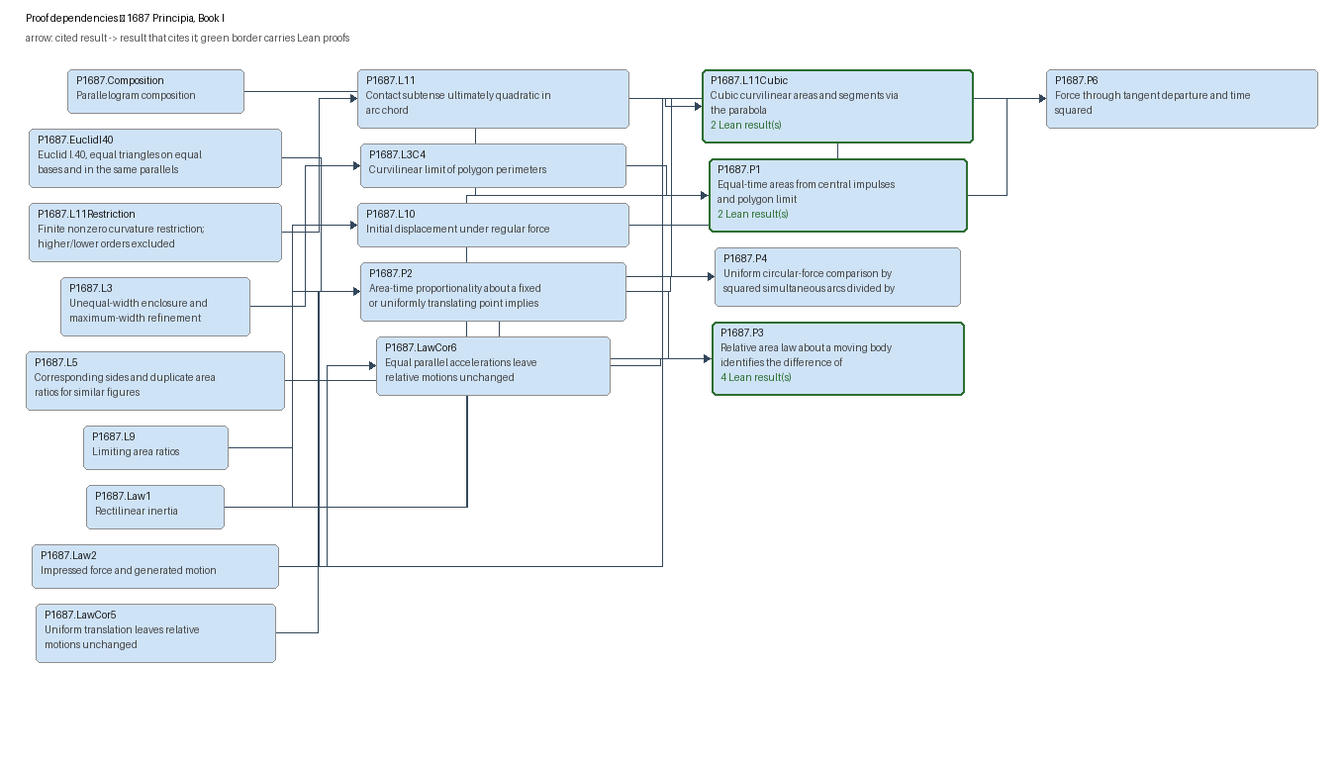
Earlier version of the Graphviz export docs/graphs/proof-1687.png (arivero/newtonlean). Its source is kept beside it as docs/graphs/proof-1687.dot.
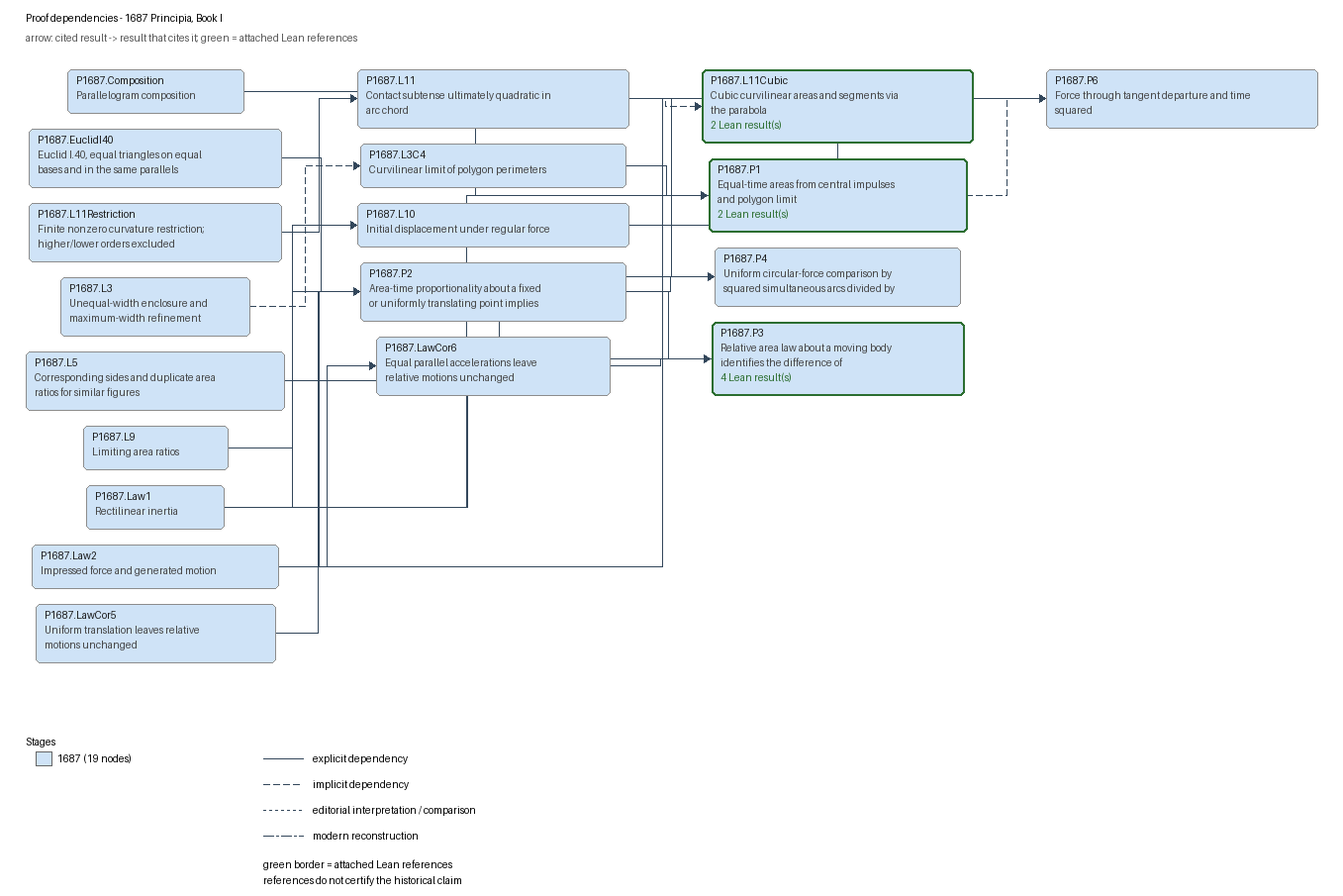
The same file after the commit.

Diff of the diagram source:
```diff
@@ -1,44 +1,44 @@
 digraph proof-1687 {
   rankdir=LR;
   node [shape=box, style="rounded,filled"];
+  "P1687.Composition" [label="P1687.Composition\nParallelogram composition", fillcolor="#cfe3f7", color="#8d8d8d", penwidth=1];
   "P1687.EuclidI40" [label="P1687.EuclidI40\nEuclid I.40, equal triangles on equal\nbases and in the same parallels", fillcolor="#cfe3f7", color="#8d8d8d", penwidth=1];
+  "P1687.L10" [label="P1687.L10\nInitial displacement under regular force", fillcolor="#cfe3f7", color="#8d8d8d", penwidth=1];
+  "P1687.L11" [label="P1687.L11\nContact subtense ultimately quadratic in\narc chord", fillcolor="#cfe3f7", color="#8d8d8d", penwidth=1];
+  "P1687.L11Cubic" [label="P1687.L11Cubic\nCubic curvilinear areas and segments via\nthe parabola\n2 Lean result(s)", fillcolor="#cfe3f7", color="#2c6e31", penwidth=2];
+  "P1687.L11Restriction" [label="P1687.L11Restriction\nFinite nonzero curvature restriction;\nhigher/lower orders excluded", fillcolor="#cfe3f7", color="#8d8d8d", penwidth=1];
+  "P1687.L3" [label="P1687.L3\nUnequal-width enclosure and\nmaximum-width refinement", fillcolor="#cfe3f7", color="#8d8d8d", penwidth=1];
+  "P1687.L3C4" [label="P1687.L3C4\nCurvilinear limit of polygon perimeters", fillcolor="#cfe3f7", color="#8d8d8d", penwidth=1];
   "P1687.L5" [label="P1687.L5\nCorresponding sides and duplicate area\nratios for similar figures", fillcolor="#cfe3f7", color="#8d8d8d", penwidth=1];
-  "P1687.Composition" [label="P1687.Composition\nParallelogram composition", fillcolor="#cfe3f7", color="#8d8d8d", penwidth=1];
-  "P1687.P3" [label="P1687.P3\nRelative area law about a moving body\nidentifies the difference of\n4 Lean result(s)", fillcolor="#cfe3f7", color="#2c6e31", penwidth=2];
-  "P1687.P1" [label="P1687.P1\nEqual-time areas from central impulses\nand polygon limit\n2 Lean result(s)", fillcolor="#cfe3f7", color="#2c6e31", penwidth=2];
   "P1687.L9" [label="P1687.L9\nLimiting area ratios", fillcolor="#cfe3f7", color="#8d8d8d", penwidth=1];
   "P1687.Law1" [label="P1687.Law1\nRectilinear inertia", fillcolor="#cfe3f7", color="#8d8d8d", penwidth=1];
-  "P1687.L3C4" [label="P1687.L3C4\nCurvilinear limit of polygon perimeters", fillcolor="#cfe3f7", color="#8d8d8d", penwidth=1];
-  "P1687.L11Restriction" [label="P1687.L11Restriction\nFinite nonzero curvature restriction;\nhigher/lower orders excluded", fillcolor="#cfe3f7", color="#8d8d8d", penwidth=1];
-  "P1687.L11Cubic" [label="P1687.L11Cubic\nCubic curvilinear areas and segments via\nthe parabola\n2 Lean result(s)", fillcolor="#cfe3f7", color="#2c6e31", penwidth=2];
-  "P1687.L11" [label="P1687.L11\nContact subtense ultimately quadratic in\narc chord", fillcolor="#cfe3f7", color="#8d8d8d", penwidth=1];
+  "P1687.Law2" [label="P1687.Law2\nImpressed force and generated motion", fillcolor="#cfe3f7", color="#8d8d8d", penwidth=1];
+  "P1687.LawCor5" [label="P1687.LawCor5\nUniform translation leaves relative\nmotions unchanged", fillcolor="#cfe3f7", color="#8d8d8d", penwidth=1];
+  "P1687.LawCor6" [label="P1687.LawCor6\nEqual parallel accelerations leave\nrelative motions unchanged", fillcolor="#cfe3f7", color="#8d8d8d", penwidth=1];
+  "P1687.P1" [label="P1687.P1\nEqual-time areas from central impulses\nand polygon limit\n2 Lean result(s)", fillcolor="#cfe3f7", color="#2c6e31", penwidth=2];
+  "P1687.P2" [label="P1687.P2\nArea-time proportionality about a fixed\nor uniformly translating point implies", fillcolor="#cfe3f7", color="#8d8d8d", penwidth=1];
+  "P1687.P3" [label="P1687.P3\nRelative area law about a moving body\nidentifies the difference of\n4 Lean result(s)", fillcolor="#cfe3f7", color="#2c6e31", penwidth=2];
+  "P1687.P4" [label="P1687.P4\nUniform circular-force comparison by\nsquared simultaneous arcs divided by", fillcolor="#cfe3f7", color="#8d8d8d", penwidth=1];
   "P1687.P6" [label="P1687.P6\nForce through tangent departure and time\nsquared", fillcolor="#cfe3f7", color="#8d8d8d", penwidth=1];
-  "P1687.LawCor5" [label="P1687.LawCor5\nUniform translation leaves relative\nmotions unchanged", fillcolor="#cfe3f7", color="#8d8d8d", penwidth=1];
-  "P1687.Law2" [label="P1687.Law2\nImpressed force and generated motion", fillcolor="#cfe3f7", color="#8d8d8d", penwidth=1];
-  "P1687.P2" [label="P1687.P2\nArea-time proportionality about a fixed\nor uniformly translating point implies", fillcolor="#cfe3f7", color="#8d8d8d", penwidth=1];
-  "P1687.P4" [label="P1687.P4\nUniform circular-force comparison by\nsquared simultaneous arcs divided by", fillcolor="#cfe3f7", color="#8d8d8d", penwidth=1];
-  "P1687.LawCor6" [label="P1687.LawCor6\nEqual parallel accelerations leave\nrelative motions unchanged", fillcolor="#cfe3f7", color="#8d8d8d", penwidth=1];
-  "P1687.L3" [label="P1687.L3\nUnequal-width enclosure and\nmaximum-width refinement", fillcolor="#cfe3f7", color="#8d8d8d", penwidth=1];
-  "P1687.L10" [label="P1687.L10\nInitial displacement under regular force", fillcolor="#cfe3f7", color="#8d8d8d", penwidth=1];
-  "P1687.Law1" -> "P1687.P2" [style=solid, label="proof dependency", fontsize=9];
-  "P1687.Law2" -> "P1687.P2" [style=solid, label="proof dependency", fontsize=9];
-  "P1687.EuclidI40" -> "P1687.P2" [style=solid, label="proof dependency", fontsize=9];
-  "P1687.LawCor5" -> "P1687.P2" [style=solid, label="proof dependency", fontsize=9];
-  "P1687.Law2" -> "P1687.LawCor6" [style=solid, label="proof dependency", fontsize=9];
-  "P1687.LawCor6" -> "P1687.P3" [style=solid, label="proof dependency", fontsize=9];
-  "P1687.Law1" -> "P1687.P3" [style=solid, label="proof dependency", fontsize=9];
-  "P1687.P2" -> "P1687.P3" [style=solid, label="proof dependency", fontsize=9];
-  "P1687.P2" -> "P1687.P4" [style=solid, label="proof dependency", fontsize=9];
-  "P1687.L5" -> "P1687.P4" [style=solid, label="proof dependency", fontsize=9];
-  "P1687.L11" -> "P1687.P4" [style=solid, label="proof dependency", fontsize=9];
-  "P1687.L9" -> "P1687.L10" [style=solid, label="proof dependency", fontsize=9];
-  "P1687.Law1" -> "P1687.P1" [style=solid, label="proof dependency", fontsize=9];
-  "P1687.Composition" -> "P1687.P1" [style=solid, label="proof dependency", fontsize=9];
-  "P1687.L3C4" -> "P1687.P1" [style=solid, label="proof dependency", fontsize=9];
-  "P1687.L3" -> "P1687.L3C4" [style=dashed, label="proof dependency", fontsize=9];
-  "P1687.L11" -> "P1687.L11Cubic" [style=dashed, label="proof dependency", fontsize=9];
-  "P1687.L11Restriction" -> "P1687.L11" [style=solid, label="proof dependency", fontsize=9];
-  "P1687.Law2" -> "P1687.P6" [style=solid, label="proof dependency", fontsize=9];
-  "P1687.L10" -> "P1687.P6" [style=solid, label="proof dependency", fontsize=9];
-  "P1687.P1" -> "P1687.P6" [style=dashed, label="proof dependency", fontsize=9];
+  "P1687.Law1" -> "P1687.P2" [style=solid, label="proof dependency: explicit_dependency", fontsize=9];
+  "P1687.Law2" -> "P1687.P2" [style=solid, label="proof dependency: explicit_dependency", fontsize=9];
+  "P1687.EuclidI40" -> "P1687.P2" [style=solid, label="proof dependency: explicit_dependency", fontsize=9];
+  "P1687.LawCor5" -> "P1687.P2" [style=solid, label="proof dependency: explicit_dependency", fontsize=9];
+  "P1687.Law2" -> "P1687.LawCor6" [style=solid, label="proof dependency: explicit_dependency", fontsize=9];
+  "P1687.LawCor6" -> "P1687.P3" [style=solid, label="proof dependency: explicit_dependency", fontsize=9];
+  "P1687.Law1" -> "P1687.P3" [style=solid, label="proof dependency: explicit_dependency", fontsize=9];
+  "P1687.P2" -> "P1687.P3" [style=solid, label="proof dependency: explicit_dependency", fontsize=9];
+  "P1687.P2" -> "P1687.P4" [style=solid, label="proof dependency: explicit_dependency", fontsize=9];
+  "P1687.L5" -> "P1687.P4" [style=solid, label="proof dependency: explicit_dependency", fontsize=9];
+  "P1687.L11" -> "P1687.P4" [style=solid, label="proof dependency: explicit_dependency", fontsize=9];
+  "P1687.L9" -> "P1687.L10" [style=solid, label="proof dependency: explicit_dependency", fontsize=9];
+  "P1687.Law1" -> "P1687.P1" [style=solid, label="proof dependency: explicit_dependency", fontsize=9];
+  "P1687.Composition" -> "P1687.P1" [style=solid, label="proof dependency: explicit_dependency", fontsize=9];
+  "P1687.L3C4" -> "P1687.P1" [style=solid, label="proof dependency: explicit_dependency", fontsize=9];
+  "P1687.L3" -> "P1687.L3C4" [style=dashed, label="proof dependency: implicit_dependency", fontsize=9];
+  "P1687.L11" -> "P1687.L11Cubic" [style=dashed, label="proof dependency: implicit_dependency", fontsize=9];
+  "P1687.L11Restriction" -> "P1687.L11" [style=solid, label="proof dependency: explicit_dependency", fontsize=9];
+  "P1687.Law2" -> "P1687.P6" [style=solid, label="proof dependency: explicit_dependency", fontsize=9];
+  "P1687.L10" -> "P1687.P6" [style=solid, label="proof dependency: explicit_dependency", fontsize=9];
+  "P1687.P1" -> "P1687.P6" [style=dashed, label="proof dependency: implicit_dependency", fontsize=9];
 }
```
